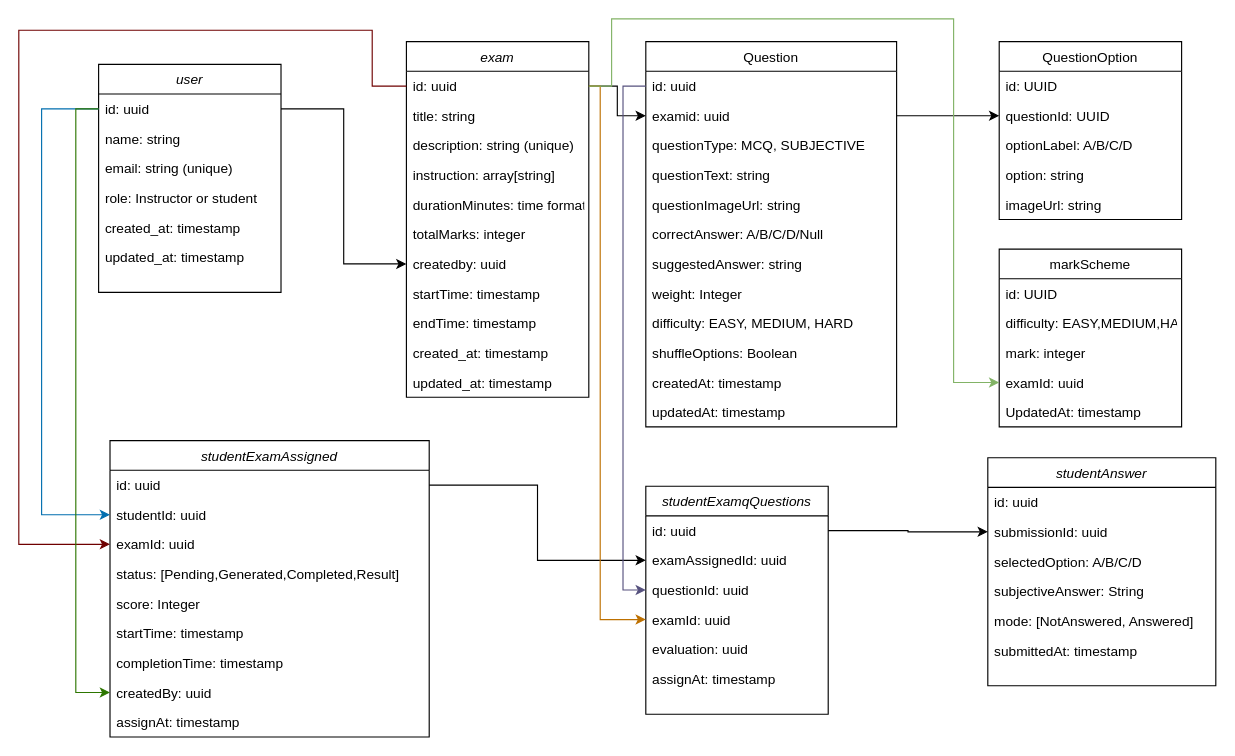
This is docs/classdiagram.drawio from harshrastogi15/examportal.v2, a draw.io file, before an edit. Source tidied: cells renumbered, new cells numbered last; positions are measured from the earlier drawing's top-left corner, leaving out a move shared by most shapes. Both pictures are drawn from the tidied source at 114%, with x=0, y=0 at pixel (18, 18).
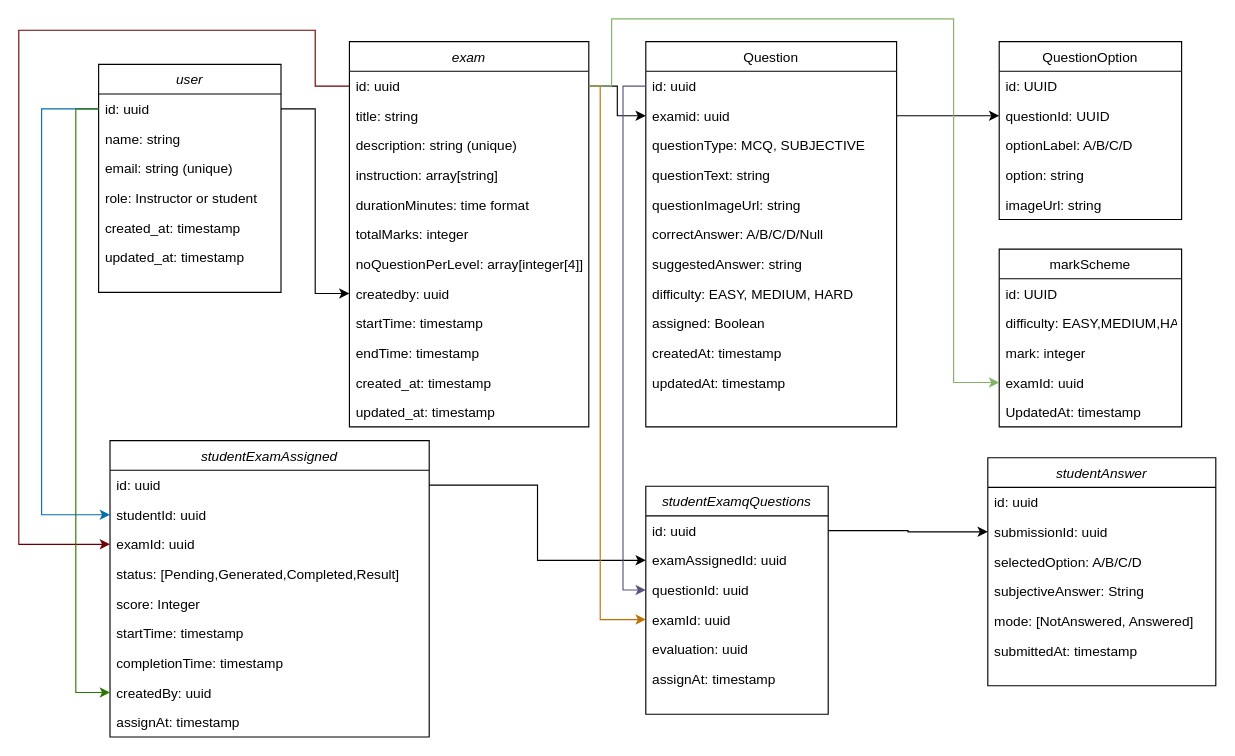
The same page after the edit.

The change refers to these unchanged cells:
```xml
<mxCell id="15" value="Question" style="swimlane;fontStyle=0;align=center;verticalAlign=top;horizontal=1;startSize=26;rounded=0;shadow=0;strokeWidth=1;" parent="1" vertex="1">
  <mxGeometry x="550" y="20" width="220" height="338" as="geometry" />
</mxCell>
<mxCell id="53" value="examId: uuid" style="text;align=left;verticalAlign=top;spacingLeft=4;spacingRight=4;overflow=hidden;points=[[0,0.5],[1,0.5]];portConstraint=eastwest;rounded=0;shadow=0;html=0;" parent="50" vertex="1">
  <mxGeometry y="78" width="280" height="26" as="geometry" />
</mxCell>
```

Change to the diagram source:
```diff
@@
-    <mxCell id="23" value="weight: Integer" style="text;align=left;verticalAlign=top;spacingLeft=4;spacingRight=4;overflow=hidden;rounded=0;shadow=0;html=0;" parent="15" vertex="1">
-      <mxGeometry y="208" width="220" height="26" as="geometry" />
-    </mxCell>
     <mxCell id="24" value="difficulty: EASY, MEDIUM, HARD" style="text;align=left;verticalAlign=top;spacingLeft=4;spacingRight=4;overflow=hidden;rounded=0;shadow=0;html=0;" parent="15" vertex="1">
-      <mxGeometry y="234" width="220" height="26" as="geometry" />
+      <mxGeometry y="208" width="220" height="26" as="geometry" />
     </mxCell>
-    <mxCell id="25" value="shuffleOptions: Boolean" style="text;align=left;verticalAlign=top;spacingLeft=4;spacingRight=4;overflow=hidden;rounded=0;shadow=0;html=0;" parent="15" vertex="1">
-      <mxGeometry y="260" width="220" height="26" as="geometry" />
+    <mxCell id="25" value="assigned: Boolean" style="text;align=left;verticalAlign=top;spacingLeft=4;spacingRight=4;overflow=hidden;rounded=0;shadow=0;html=0;" parent="15" vertex="1">
+      <mxGeometry y="234" width="220" height="26" as="geometry" />
     </mxCell>
     <mxCell id="26" value="createdAt: timestamp" style="text;align=left;verticalAlign=top;spacingLeft=4;spacingRight=4;overflow=hidden;rounded=0;shadow=0;html=0;" parent="15" vertex="1">
-      <mxGeometry y="286" width="220" height="26" as="geometry" />
+      <mxGeometry y="260" width="220" height="26" as="geometry" />
     </mxCell>
     <mxCell id="27" value="updatedAt: timestamp" style="text;align=left;verticalAlign=top;spacingLeft=4;spacingRight=4;overflow=hidden;rounded=0;shadow=0;html=0;" parent="15" vertex="1">
-      <mxGeometry y="312" width="220" height="26" as="geometry" />
+      <mxGeometry y="286" width="220" height="26" as="geometry" />
     </mxCell>
@@
     <mxCell id="29" value="exam" style="swimlane;fontStyle=2;align=center;verticalAlign=top;horizontal=1;startSize=26;rounded=0;shadow=0;strokeWidth=1;" parent="1" vertex="1">
-      <mxGeometry x="340" y="20" width="160" height="312" as="geometry" />
+      <mxGeometry x="290" y="20" width="210" height="338" as="geometry" />
     </mxCell>
     <mxCell id="30" value="id: uuid" style="text;align=left;verticalAlign=top;spacingLeft=4;spacingRight=4;overflow=hidden;points=[[0,0.5],[1,0.5]];portConstraint=eastwest;" parent="29" vertex="1">
-      <mxGeometry y="26" width="160" height="26" as="geometry" />
+      <mxGeometry y="26" width="210" height="26" as="geometry" />
     </mxCell>
     <mxCell id="31" value="title: string" style="text;align=left;verticalAlign=top;spacingLeft=4;spacingRight=4;overflow=hidden;rounded=0;shadow=0;html=0;" parent="29" vertex="1">
-      <mxGeometry y="52" width="160" height="26" as="geometry" />
+      <mxGeometry y="52" width="210" height="26" as="geometry" />
     </mxCell>
     <mxCell id="32" value="description: string (unique)" style="text;align=left;verticalAlign=top;spacingLeft=4;spacingRight=4;overflow=hidden;rounded=0;shadow=0;html=0;" parent="29" vertex="1">
-      <mxGeometry y="78" width="160" height="26" as="geometry" />
+      <mxGeometry y="78" width="210" height="26" as="geometry" />
     </mxCell>
     <mxCell id="33" value="instruction: array[string]" style="text;align=left;verticalAlign=top;spacingLeft=4;spacingRight=4;overflow=hidden;rounded=0;shadow=0;html=0;" parent="29" vertex="1">
-      <mxGeometry y="104" width="160" height="26" as="geometry" />
+      <mxGeometry y="104" width="210" height="26" as="geometry" />
     </mxCell>
     <mxCell id="34" value="durationMinutes: time format" style="text;align=left;verticalAlign=top;spacingLeft=4;spacingRight=4;overflow=hidden;rounded=0;shadow=0;html=0;" parent="29" vertex="1">
-      <mxGeometry y="130" width="160" height="26" as="geometry" />
+      <mxGeometry y="130" width="210" height="26" as="geometry" />
     </mxCell>
     <mxCell id="35" value="totalMarks: integer" style="text;align=left;verticalAlign=top;spacingLeft=4;spacingRight=4;overflow=hidden;rounded=0;shadow=0;html=0;" parent="29" vertex="1">
-      <mxGeometry y="156" width="160" height="26" as="geometry" />
+      <mxGeometry y="156" width="210" height="26" as="geometry" />
     </mxCell>
+    <mxCell id="81" value="noQuestionPerLevel: array[integer[4]]" style="text;align=left;verticalAlign=top;spacingLeft=4;spacingRight=4;overflow=hidden;rounded=0;shadow=0;html=0;" parent="29" vertex="1">
+      <mxGeometry y="182" width="210" height="26" as="geometry" />
+    </mxCell>
     <mxCell id="36" value="createdby: uuid" style="text;align=left;verticalAlign=top;spacingLeft=4;spacingRight=4;overflow=hidden;points=[[0,0.5],[1,0.5]];portConstraint=eastwest;rounded=0;shadow=0;html=0;" parent="29" vertex="1">
-      <mxGeometry y="182" width="160" height="26" as="geometry" />
+      <mxGeometry y="208" width="210" height="26" as="geometry" />
     </mxCell>
     <mxCell id="37" value="startTime: timestamp" style="text;align=left;verticalAlign=top;spacingLeft=4;spacingRight=4;overflow=hidden;rounded=0;shadow=0;html=0;" parent="29" vertex="1">
-      <mxGeometry y="208" width="160" height="26" as="geometry" />
+      <mxGeometry y="234" width="210" height="26" as="geometry" />
     </mxCell>
     <mxCell id="38" value="endTime: timestamp" style="text;align=left;verticalAlign=top;spacingLeft=4;spacingRight=4;overflow=hidden;rounded=0;shadow=0;html=0;" parent="29" vertex="1">
-      <mxGeometry y="234" width="160" height="26" as="geometry" />
+      <mxGeometry y="260" width="210" height="26" as="geometry" />
     </mxCell>
     <mxCell id="39" value="created_at: timestamp" style="text;align=left;verticalAlign=top;spacingLeft=4;spacingRight=4;overflow=hidden;rounded=0;shadow=0;html=0;" parent="29" vertex="1">
-      <mxGeometry y="260" width="160" height="26" as="geometry" />
+      <mxGeometry y="286" width="210" height="26" as="geometry" />
     </mxCell>
     <mxCell id="40" value="updated_at: timestamp" style="text;align=left;verticalAlign=top;spacingLeft=4;spacingRight=4;overflow=hidden;rounded=0;shadow=0;html=0;" parent="29" vertex="1">
-      <mxGeometry y="286" width="160" height="26" as="geometry" />
+      <mxGeometry y="312" width="210" height="26" as="geometry" />
     </mxCell>
@@
     <mxCell id="61" style="edgeStyle=orthogonalEdgeStyle;rounded=0;jettySize=auto;html=1;entryX=0;entryY=0.5;entryDx=0;entryDy=0;fillColor=#a20025;strokeColor=#6F0000;" parent="1" edge="1" source="30" target="53">
       <mxGeometry relative="1" as="geometry">
         <Array as="points">
-          <mxPoint x="310" y="59" />
-          <mxPoint x="310" y="10" />
+          <mxPoint x="260" y="59" />
+          <mxPoint x="260" y="10" />
           <mxPoint y="10" />
           <mxPoint y="461" />
         </Array>
       </mxGeometry>
     </mxCell>
```
